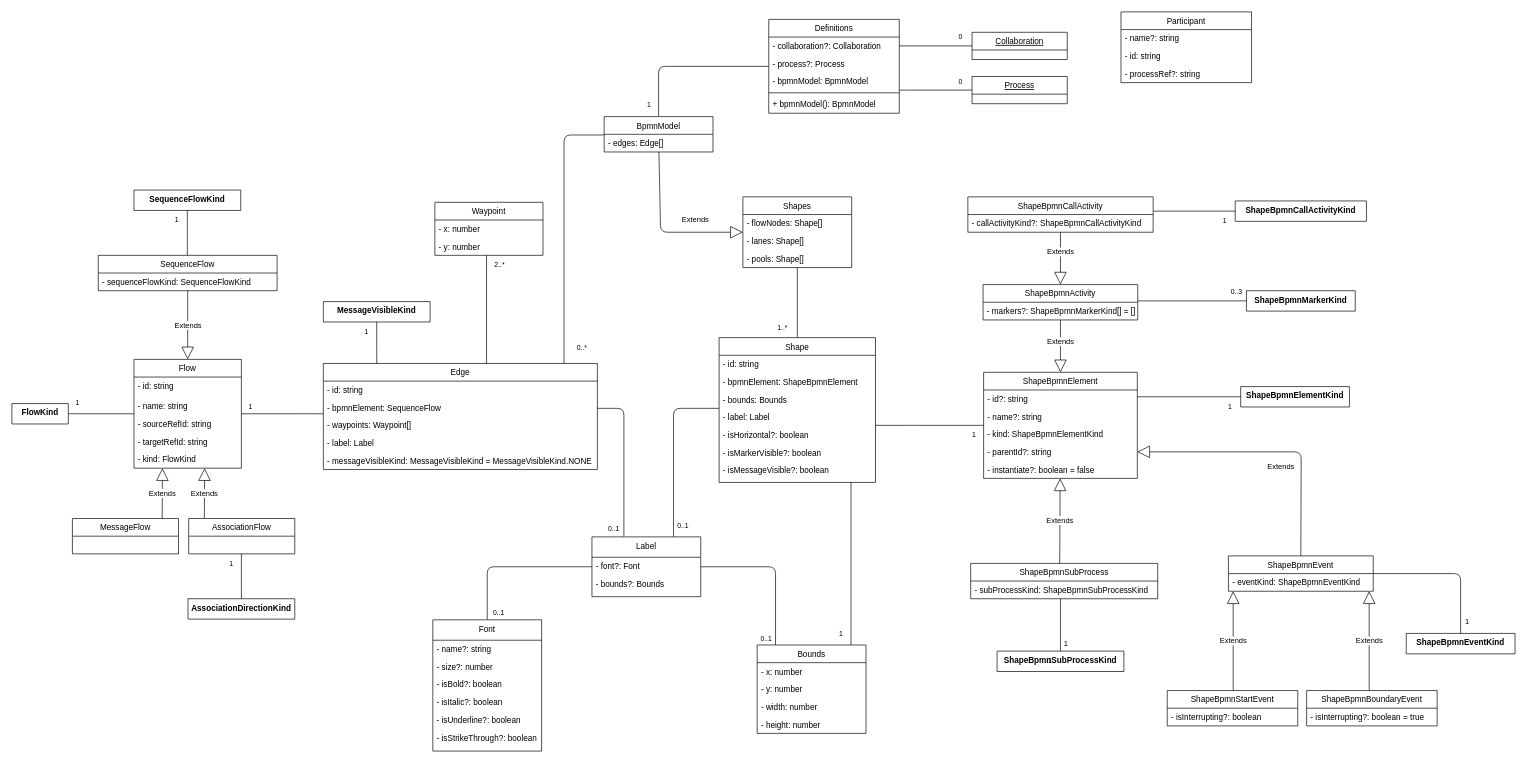
Earlier version of the draw.io diagram docs/architecture/images/architecture/internal-model.drawio (process-analytics/bpmn-visualization-js). Source tidied: cells renumbered, new cells numbered last; positions are measured from the earlier drawing's top-left corner, leaving out a move shared by most shapes. Both pictures are drawn from the tidied source at 68%, with x=0, y=0 at pixel (12, 12).
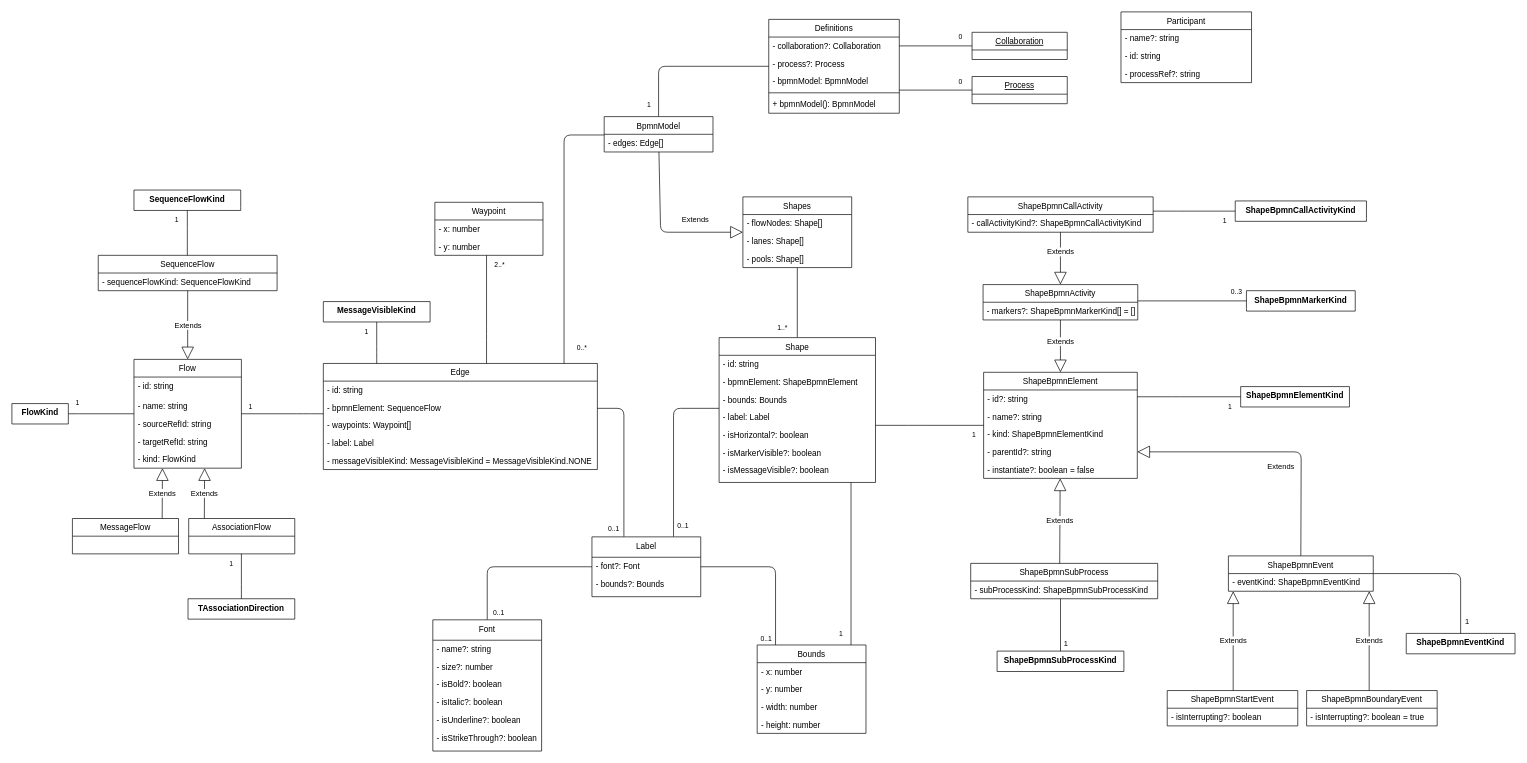
Above is the later version.

Commit message (it also covers changes not shown here):
Replace AssociationDirectionKind from model/bpmn/internal/edge by TAssociationDirection from model/bpmn/json/baseElement/artifact.ts

Diff of the diagram source:
```diff
@@
-    <mxCell id="121" value="AssociationDirectionKind" style="swimlane;fontStyle=1;horizontal=1;startSize=26;fillColor=none;swimlaneLine=0;rounded=0;shadow=0;comic=0;glass=0;" parent="1" vertex="1">
+    <mxCell id="121" value="TAssociationDirection" style="swimlane;fontStyle=1;horizontal=1;startSize=26;fillColor=none;swimlaneLine=0;rounded=0;shadow=0;comic=0;glass=0;" parent="1" vertex="1">
       <mxGeometry x="259" y="863" width="157" height="30" as="geometry" />
     </mxCell>
```
